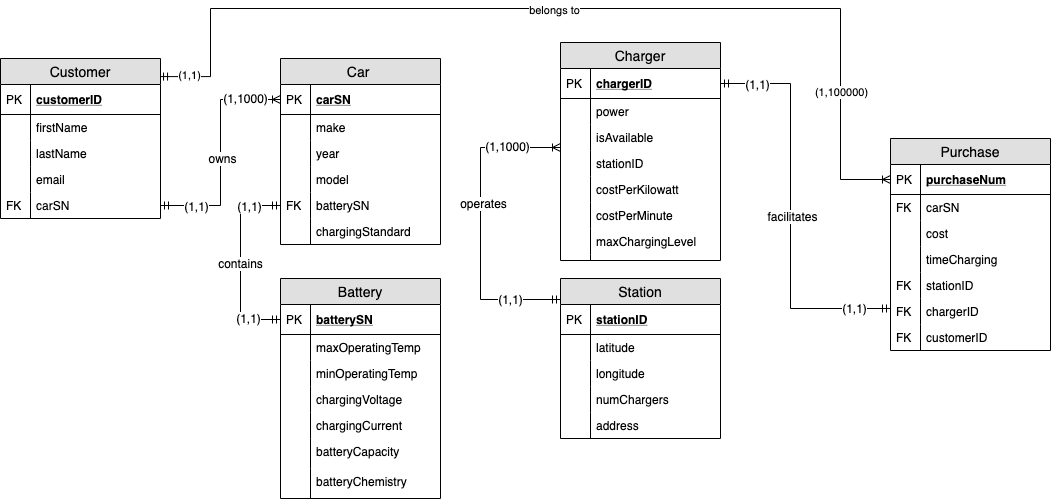
Earlier version of the draw.io export CarChargingGroup2Project.png (ram778/IST210-Sp20). Source tidied: cells renumbered, new cells last; positions are measured from the earlier drawing's top-left corner, leaving out a move shared by most shapes.
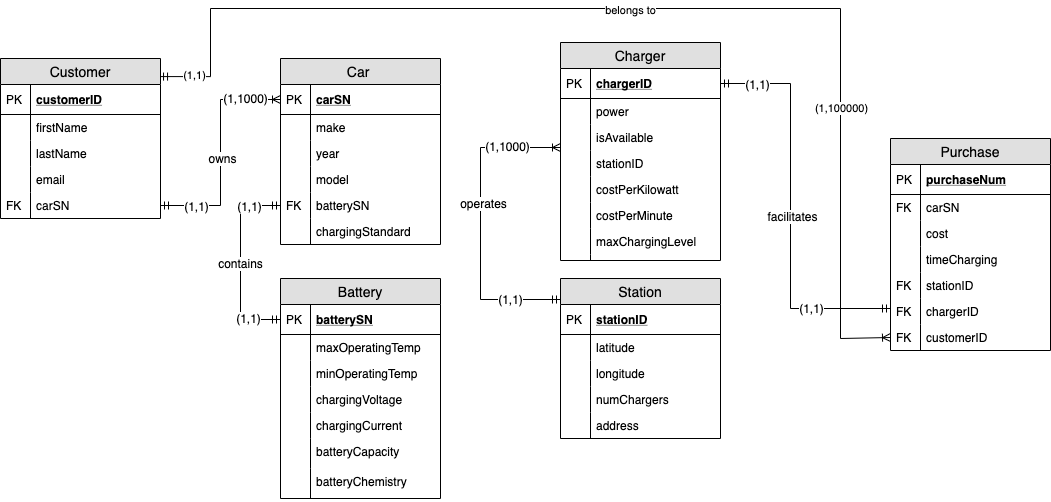
After the change.

The edit, as a diff of the source:
```diff
@@ -74,13 +74,14 @@
     <mxCell id="25" style="shape=partialRectangle;top=0;left=0;bottom=0;fillColor=none;align=left;verticalAlign=top;spacingLeft=4;spacingRight=4;overflow=hidden;fontSize=12;" parent="24" vertex="1">
       <mxGeometry width="30" height="26" as="geometry" />
     </mxCell>
-    <mxCell id="26" style="edgeStyle=orthogonalEdgeStyle;rounded=0;jettySize=auto;html=1;exitX=0.994;exitY=0.113;exitDx=0;exitDy=0;entryX=0;entryY=0.5;entryDx=0;entryDy=0;exitPerimeter=0;endArrow=ERoneToMany;endFill=0;startArrow=ERmandOne;startFill=0;" parent="1" edge="1" source="30" target="59">
+    <mxCell id="26" style="edgeStyle=orthogonalEdgeStyle;rounded=0;jettySize=auto;html=1;exitX=0.994;exitY=0.113;exitDx=0;exitDy=0;entryX=0;entryY=0.5;entryDx=0;entryDy=0;exitPerimeter=0;endArrow=ERoneToMany;endFill=0;startArrow=ERmandOne;startFill=0;" parent="1" edge="1" source="30" target="71">
       <mxGeometry relative="1" as="geometry">
         <Array as="points">
           <mxPoint x="210" y="68" />
           <mxPoint x="210" />
           <mxPoint x="840" />
-          <mxPoint x="840" y="171" />
+          <mxPoint x="840" y="330" />
+          <mxPoint x="890" y="330" />
         </Array>
       </mxGeometry>
     </mxCell>
@@ -91,7 +92,9 @@
       <mxGeometry x="-0.94" y="2" relative="1" as="geometry" />
     </mxCell>
     <mxCell id="29" value="(1,100000)" style="edgeLabel;html=1;align=center;verticalAlign=middle;" parent="26" vertex="1">
-      <mxGeometry x="0.72" relative="1" as="geometry" />
+      <mxGeometry x="0.72" relative="1" as="geometry">
+        <mxPoint y="-120.9" as="offset" />
+      </mxGeometry>
     </mxCell>
     <mxCell id="30" value="Customer" style="swimlane;fontStyle=0;horizontal=1;startSize=26;fillColor=#e0e0e0;swimlaneFillColor=#ffffff;align=center;fontSize=14;" parent="1" vertex="1">
       <mxGeometry y="50" width="160" height="160" as="geometry" />
@@ -250,7 +253,7 @@
     </mxCell>
     <mxCell id="79" value="(1,1)" style="text;html=1;align=center;verticalAlign=middle;labelBackgroundColor=#ffffff;" parent="77" vertex="1">
       <mxGeometry x="0.87" y="1" relative="1" as="geometry">
-        <mxPoint x="-10.1" as="offset" />
+        <mxPoint x="-54" as="offset" />
       </mxGeometry>
     </mxCell>
     <mxCell id="80" value="facilitates" style="text;html=1;align=center;verticalAlign=middle;labelBackgroundColor=#ffffff;" parent="77" vertex="1">
```
